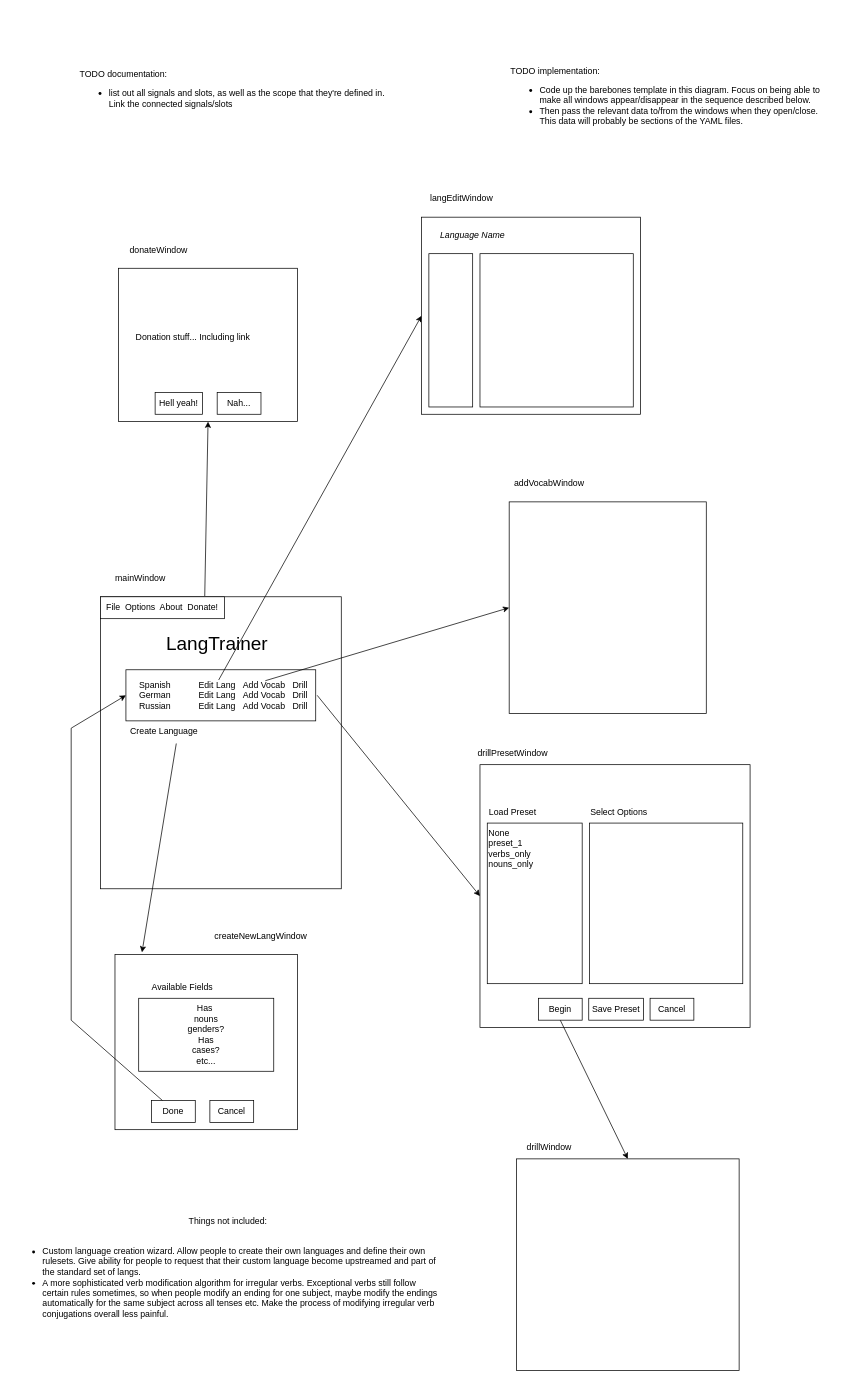
Above: LangTrainerConcept0.1.0.drawio in LiamSkirrow/LangTrainer (draw.io), before the change. Source tidied: cells renumbered, new cells numbered last; positions are measured from the earlier drawing's top-left corner, leaving out a move shared by most shapes. Both pictures are drawn from the tidied source at 73%, with x=0, y=0 at pixel (12, 12).
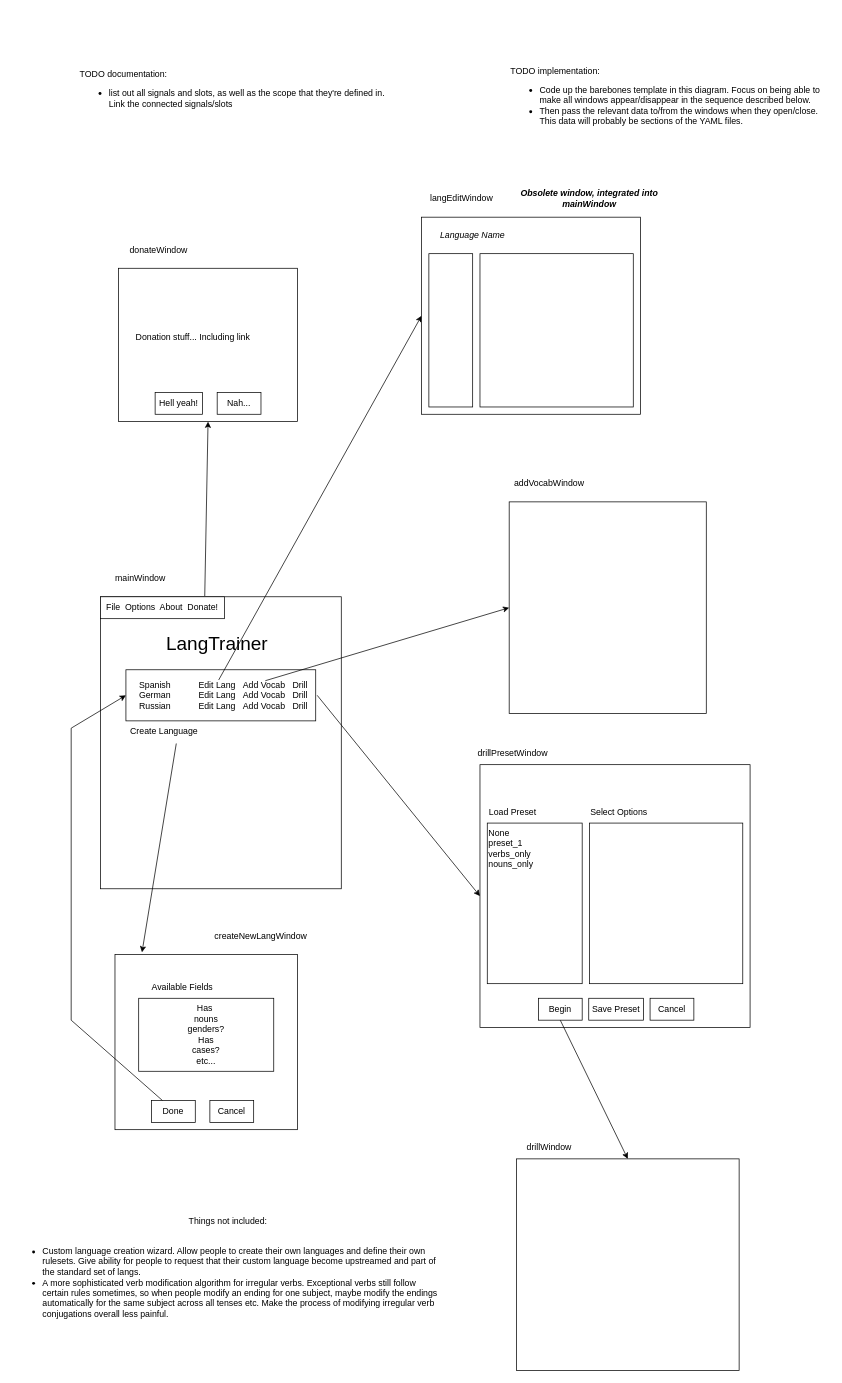
The same page after the edit.

Change to the diagram source:
```diff
@@
+    <mxCell id="51" value="&lt;b&gt;&lt;i&gt;Obsolete window, integrated into mainWindow&lt;/i&gt;&lt;/b&gt;" style="text;html=1;whiteSpace=wrap;strokeColor=none;fillColor=none;align=center;verticalAlign=middle;rounded=0;" parent="1" vertex="1">
+      <mxGeometry x="690" y="240" width="200" height="30" as="geometry" />
+    </mxCell>
```
